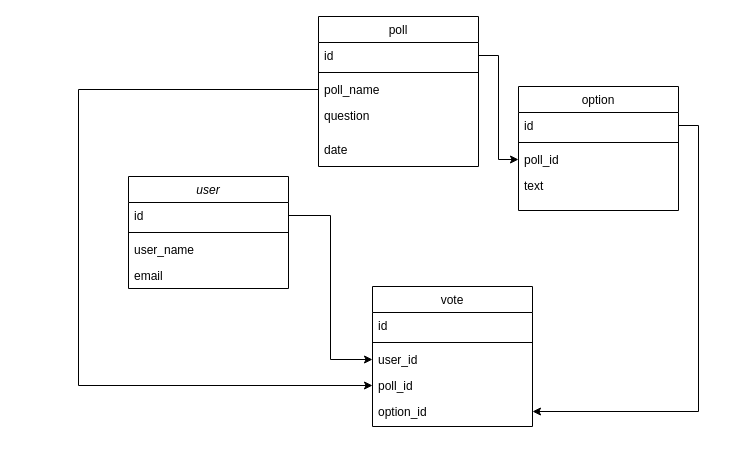
This is схема.drawio from Certer001/scheme, a draw.io file, before an edit. Source tidied: cells renumbered, new cells numbered last; positions are measured from the earlier drawing's top-left corner, leaving out a move shared by most shapes. Both pictures are drawn from the tidied source at 100%, with x=0, y=0 at pixel (78, 16).
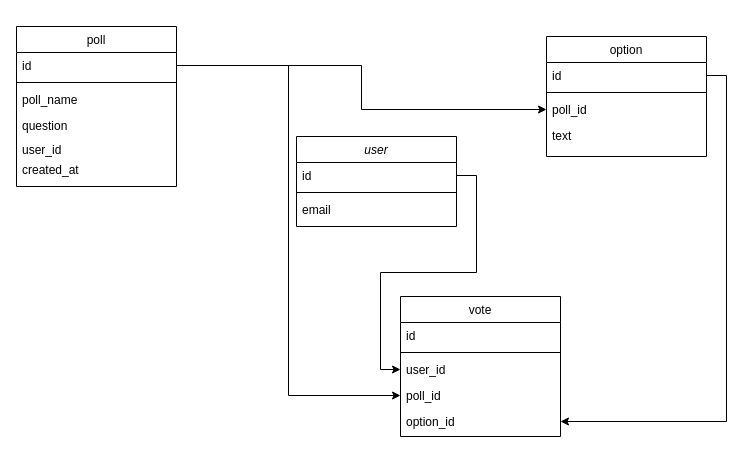
The same diagram, later.

Unchanged cells that the change refers to:
```xml
<mxCell id="13" value="id" style="text;align=left;verticalAlign=top;spacingLeft=4;spacingRight=4;overflow=hidden;points=[[0,0.5],[1,0.5]];portConstraint=eastwest;" parent="12" vertex="1">
  <mxGeometry y="26" width="160" height="26" as="geometry" />
</mxCell>
<mxCell id="15" value="poll_name" style="text;align=left;verticalAlign=top;spacingLeft=4;spacingRight=4;overflow=hidden;points=[[0,0.5],[1,0.5]];portConstraint=eastwest;rounded=0;shadow=0;html=0;" parent="12" vertex="1">
  <mxGeometry y="60" width="160" height="26" as="geometry" />
</mxCell>
<mxCell id="22" value="poll_id" style="text;align=left;verticalAlign=top;spacingLeft=4;spacingRight=4;overflow=hidden;points=[[0,0.5],[1,0.5]];portConstraint=eastwest;" parent="18" vertex="1">
  <mxGeometry y="86" width="160" height="26" as="geometry" />
</mxCell>
```

Change to the diagram source:
```diff
@@
-    <mxCell id="2" value="user" style="swimlane;fontStyle=2;align=center;verticalAlign=top;horizontal=1;startSize=26;rounded=0;shadow=0;strokeWidth=1;" parent="1" vertex="1">
-      <mxGeometry x="50" y="160" width="160" height="112" as="geometry" />
-    </mxCell>
-    <mxCell id="3" value="id" style="text;align=left;verticalAlign=top;spacingLeft=4;spacingRight=4;overflow=hidden;points=[[0,0.5],[1,0.5]];portConstraint=eastwest;rounded=0;shadow=0;html=0;" parent="2" vertex="1">
-      <mxGeometry y="26" width="160" height="26" as="geometry" />
-    </mxCell>
-    <mxCell id="4" style="line;html=1;strokeWidth=1;align=left;verticalAlign=middle;spacingTop=-1;spacingLeft=3;spacingRight=3;labelPosition=right;" parent="2" vertex="1">
-      <mxGeometry y="52" width="160" height="8" as="geometry" />
-    </mxCell>
-    <mxCell id="5" value="user_name" style="text;align=left;verticalAlign=top;spacingLeft=4;spacingRight=4;overflow=hidden;rounded=0;shadow=0;html=0;" parent="2" vertex="1">
-      <mxGeometry y="60" width="160" height="26" as="geometry" />
-    </mxCell>
-    <mxCell id="6" value="email" style="text;align=left;verticalAlign=top;spacingLeft=4;spacingRight=4;overflow=hidden;" parent="2" vertex="1">
-      <mxGeometry y="86" width="160" height="26" as="geometry" />
-    </mxCell>
     <mxCell id="7" value="option" style="swimlane;fontStyle=0;align=center;verticalAlign=top;horizontal=1;startSize=26;rounded=0;shadow=0;strokeWidth=1;" parent="1" vertex="1">
-      <mxGeometry x="440" y="70" width="160" height="124" as="geometry" />
+      <mxGeometry x="468" y="20" width="160" height="120" as="geometry" />
     </mxCell>
@@
     <mxCell id="12" value="poll" style="swimlane;fontStyle=0;align=center;verticalAlign=top;horizontal=1;startSize=26;rounded=0;shadow=0;strokeWidth=1;" parent="1" vertex="1">
-      <mxGeometry x="240" width="160" height="150" as="geometry" />
+      <mxGeometry x="-62" y="10" width="160" height="160" as="geometry" />
     </mxCell>
@@
     <mxCell id="16" value="question&#10;" style="text;align=left;verticalAlign=top;spacingLeft=4;spacingRight=4;overflow=hidden;rounded=0;shadow=0;html=0;" parent="12" vertex="1">
-      <mxGeometry y="86" width="160" height="34" as="geometry" />
+      <mxGeometry y="86" width="160" height="24" as="geometry" />
     </mxCell>
+    <mxCell id="28" value="user_id" style="text;align=left;verticalAlign=top;spacingLeft=4;spacingRight=4;overflow=hidden;rounded=0;shadow=0;html=0;" parent="12" vertex="1">
+      <mxGeometry y="110" width="160" height="20" as="geometry" />
+    </mxCell>
-    <mxCell id="17" value="date" style="text;align=left;verticalAlign=top;spacingLeft=4;spacingRight=4;overflow=hidden;rounded=0;shadow=0;html=0;" parent="12" vertex="1">
-      <mxGeometry y="120" width="160" height="30" as="geometry" />
+    <mxCell id="17" value="created_at" style="text;align=left;verticalAlign=top;spacingLeft=4;spacingRight=4;overflow=hidden;rounded=0;shadow=0;html=0;" parent="12" vertex="1">
+      <mxGeometry y="130" width="160" height="30" as="geometry" />
     </mxCell>
     <mxCell id="18" value="vote" style="swimlane;fontStyle=0;align=center;verticalAlign=top;horizontal=1;startSize=26;rounded=0;shadow=0;strokeWidth=1;" parent="1" vertex="1">
-      <mxGeometry x="294" y="270" width="160" height="140" as="geometry" />
+      <mxGeometry x="322" y="280" width="160" height="140" as="geometry" />
     </mxCell>
@@
-    <mxCell id="26" style="edgeStyle=orthogonalEdgeStyle;rounded=0;jettySize=auto;html=1;exitX=0;exitY=0.5;exitDx=0;exitDy=0;entryX=0;entryY=0.5;entryDx=0;entryDy=0;" parent="1" edge="1" source="15" target="22">
-      <mxGeometry relative="1" as="geometry">
-        <Array as="points">
-          <mxPoint y="73" />
-          <mxPoint y="369" />
-        </Array>
-      </mxGeometry>
-    </mxCell>
@@
+    <mxCell id="2" value="user" style="swimlane;fontStyle=2;align=center;verticalAlign=top;horizontal=1;startSize=26;rounded=0;shadow=0;strokeWidth=1;" parent="1" vertex="1">
+      <mxGeometry x="218" y="120" width="160" height="90" as="geometry" />
+    </mxCell>
+    <mxCell id="3" value="id" style="text;align=left;verticalAlign=top;spacingLeft=4;spacingRight=4;overflow=hidden;points=[[0,0.5],[1,0.5]];portConstraint=eastwest;rounded=0;shadow=0;html=0;" parent="2" vertex="1">
+      <mxGeometry y="26" width="160" height="26" as="geometry" />
+    </mxCell>
+    <mxCell id="4" style="line;html=1;strokeWidth=1;align=left;verticalAlign=middle;spacingTop=-1;spacingLeft=3;spacingRight=3;labelPosition=right;" parent="2" vertex="1">
+      <mxGeometry y="52" width="160" height="8" as="geometry" />
+    </mxCell>
+    <mxCell id="6" value="email" style="text;align=left;verticalAlign=top;spacingLeft=4;spacingRight=4;overflow=hidden;" parent="2" vertex="1">
+      <mxGeometry y="60" width="160" height="26" as="geometry" />
+    </mxCell>
+    <mxCell id="29" style="edgeStyle=orthogonalEdgeStyle;rounded=0;jettySize=auto;html=1;entryX=0;entryY=0.5;entryDx=0;entryDy=0;" parent="1" edge="1" source="13" target="22">
+      <mxGeometry relative="1" as="geometry" />
+    </mxCell>
```
